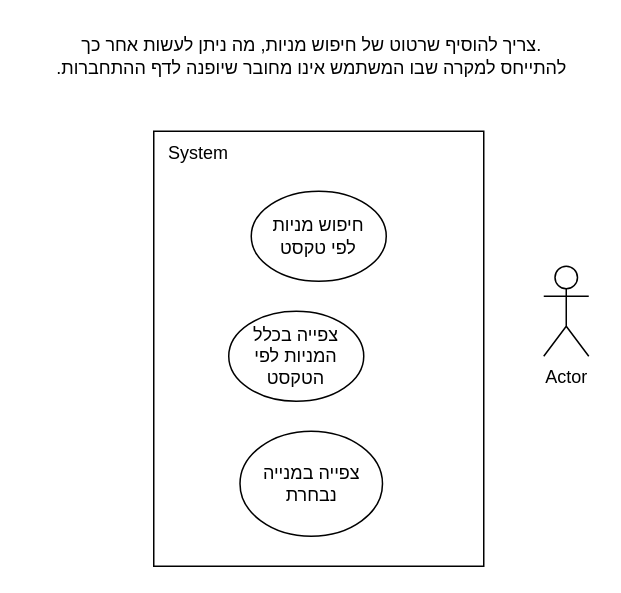
Above: oop course/draws/use case/stockSearch.drawio in roei910/my-stocks (draw.io), before the change. Source tidied: cells renumbered, new cells numbered last; positions are measured from the earlier drawing's top-left corner, leaving out a move shared by most shapes. Both pictures are drawn from the tidied source at 150%, with x=0, y=0 at pixel (26, 26).
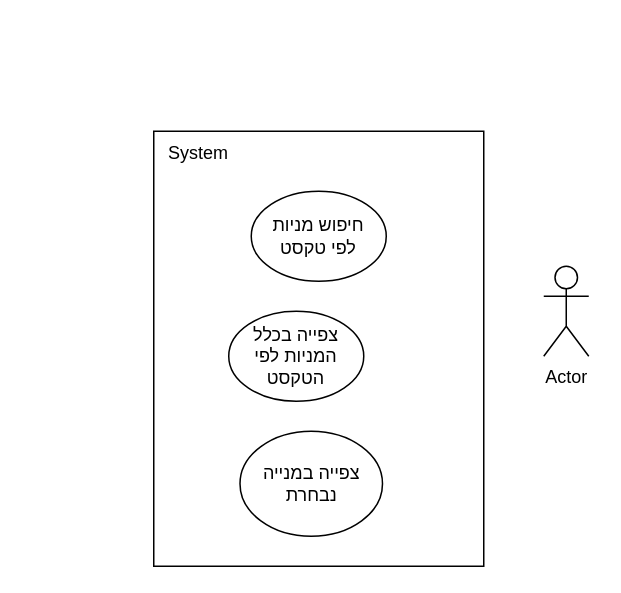
After the change.

Diff of the diagram source:
```diff
@@
 <mxGraphModel>
   <root>
     <mxCell id="0" />
     <mxCell id="1" parent="0" />
-    <mxCell id="2" value="צריך להוסיף שרטוט של חיפוש מניות, מה ניתן לעשות אחר כך.&lt;br&gt;.להתייחס למקרה שבו המשתמש אינו מחובר שיופנה לדף ההתחברות" style="text;html=1;align=center;verticalAlign=middle;strokeColor=none;fillColor=none;" parent="1" vertex="1">
-      <mxGeometry width="380" height="40" as="geometry" />
-    </mxCell>
     <mxCell id="3" style="rounded=0;whiteSpace=wrap;html=1;" parent="1" vertex="1">
       <mxGeometry x="85" y="70" width="220" height="290" as="geometry" />
     </mxCell>
     <mxCell id="4" value="System" style="text;html=1;strokeColor=none;fillColor=none;align=center;verticalAlign=middle;whiteSpace=wrap;rounded=0;" parent="1" vertex="1">
       <mxGeometry x="85" y="70" width="60" height="30" as="geometry" />
     </mxCell>
     <mxCell id="5" value="Actor" style="shape=umlActor;verticalLabelPosition=bottom;verticalAlign=top;html=1;" parent="1" vertex="1">
       <mxGeometry x="345" y="160" width="30" height="60" as="geometry" />
     </mxCell>
     <mxCell id="6" value="חיפוש מניות&lt;br&gt;לפי טקסט" style="ellipse;whiteSpace=wrap;html=1;" parent="1" vertex="1">
       <mxGeometry x="150" y="110" width="90" height="60" as="geometry" />
     </mxCell>
     <mxCell id="7" value="צפייה בכלל&lt;br&gt;המניות לפי הטקסט" style="ellipse;whiteSpace=wrap;html=1;" parent="1" vertex="1">
       <mxGeometry x="135" y="190" width="90" height="60" as="geometry" />
     </mxCell>
     <mxCell id="8" value="צפייה במנייה&lt;br&gt;נבחרת" style="ellipse;whiteSpace=wrap;html=1;" parent="1" vertex="1">
       <mxGeometry x="142.5" y="270" width="95" height="70" as="geometry" />
     </mxCell>
   </root>
 </mxGraphModel>
```
